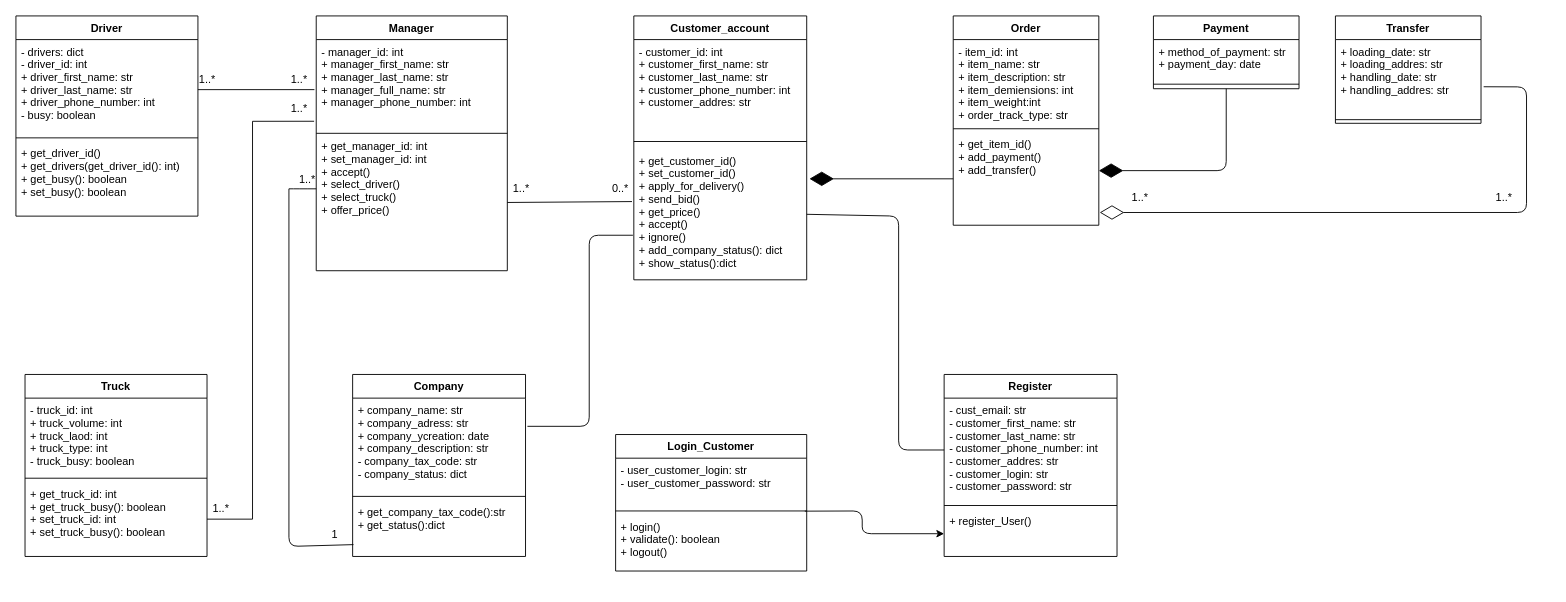
This is page "Page-1" (1 of 2) of d.drawio from Argam431/PYTHON3-2, a draw.io file, before an edit. Source tidied: cells renumbered, new cells numbered last; positions are measured from the earlier drawing's top-left corner, leaving out a move shared by most shapes. Both pictures are drawn from the tidied source at 91%, with x=0, y=0 at pixel (15, 15).
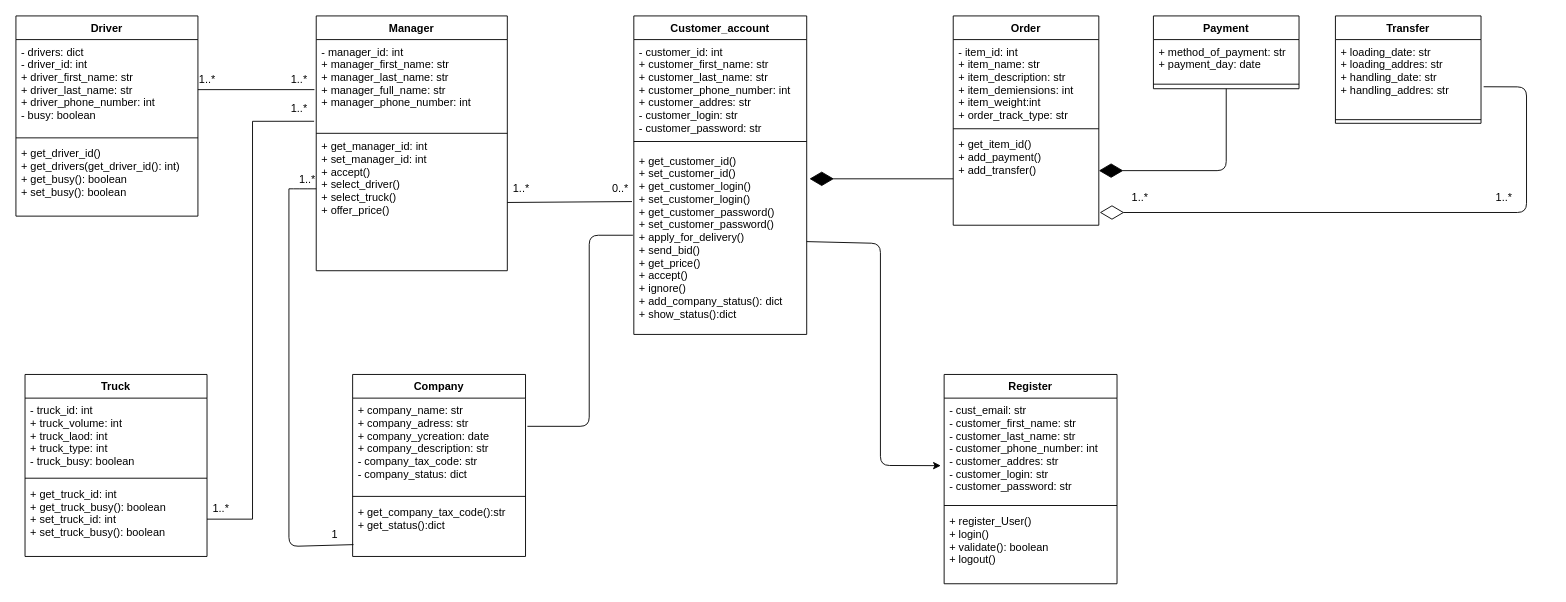
Above is the later version.

Unchanged cells that the change refers to:
```xml
<mxCell id="57" value="- cust_email: str&#10;- customer_first_name: str &#10;- customer_last_name: str&#10;- customer_phone_number: int&#10;- customer_addres: str&#10;- customer_login: str&#10;- customer_password: str&#10;" style="text;strokeColor=none;fillColor=none;align=left;verticalAlign=top;spacingLeft=4;spacingRight=4;overflow=hidden;points=[[0,0.5],[1,0.5]];portConstraint=eastwest;" parent="56" vertex="1">
  <mxGeometry y="26" width="190" height="114" as="geometry" />
</mxCell>
```

Change to the diagram source:
```diff
@@
     <mxCell id="6" value="Customer_account" style="swimlane;fontStyle=1;align=center;verticalAlign=top;horizontal=1;startSize=26;" parent="1" vertex="1">
-      <mxGeometry x="679" width="190" height="290" as="geometry" />
+      <mxGeometry x="679" width="190" height="350" as="geometry" />
     </mxCell>
-    <mxCell id="7" value="- customer_id: int&#10;+ customer_first_name: str &#10;+ customer_last_name: str&#10;+ customer_phone_number: int&#10;+ customer_addres: str&#10;" style="text;strokeColor=none;fillColor=none;align=left;verticalAlign=top;spacingLeft=4;spacingRight=4;overflow=hidden;" parent="6" vertex="1">
+    <mxCell id="7" value="- customer_id: int&#10;+ customer_first_name: str &#10;+ customer_last_name: str&#10;+ customer_phone_number: int&#10;+ customer_addres: str&#10;- customer_login: str&#10;- customer_password: str&#10;" style="text;strokeColor=none;fillColor=none;align=left;verticalAlign=top;spacingLeft=4;spacingRight=4;overflow=hidden;" parent="6" vertex="1">
       <mxGeometry y="26" width="190" height="104" as="geometry" />
     </mxCell>
@@
-    <mxCell id="9" value="+ get_customer_id()&#10;+ set_customer_id()&#10;+ apply_for_delivery()&#10;+ send_bid()&#10;+ get_price()&#10;+ accept()&#10;+ ignore()&#10;+ add_company_status(): dict&#10;+ show_status():dict&#10;&#10;&#10;" style="text;strokeColor=none;fillColor=none;align=left;verticalAlign=top;spacingLeft=4;spacingRight=4;overflow=hidden;points=[[0,0.5],[1,0.5]];portConstraint=eastwest;" parent="6" vertex="1">
-      <mxGeometry y="146" width="190" height="144" as="geometry" />
+    <mxCell id="9" value="+ get_customer_id()&#10;+ set_customer_id()&#10;+ get_customer_login()&#10;+ set_customer_login()&#10;+ get_customer_password()&#10;+ set_customer_password()&#10;+ apply_for_delivery()&#10;+ send_bid()&#10;+ get_price()&#10;+ accept()&#10;+ ignore()&#10;+ add_company_status(): dict&#10;+ show_status():dict&#10;&#10;&#10;" style="text;strokeColor=none;fillColor=none;align=left;verticalAlign=top;spacingLeft=4;spacingRight=4;overflow=hidden;points=[[0,0.5],[1,0.5]];portConstraint=eastwest;" parent="6" vertex="1">
+      <mxGeometry y="146" width="190" height="204" as="geometry" />
     </mxCell>
@@
-    <mxCell id="51" value="Login_Customer" style="swimlane;fontStyle=1;align=center;verticalAlign=top;horizontal=1;startSize=26;" parent="1" vertex="1">
-      <mxGeometry x="659" y="460" width="210" height="150" as="geometry" />
-    </mxCell>
-    <mxCell id="52" value="- user_customer_login: str&#10;- user_customer_password: str " style="text;strokeColor=none;fillColor=none;align=left;verticalAlign=top;spacingLeft=4;spacingRight=4;overflow=hidden;" parent="51" vertex="1">
-      <mxGeometry y="26" width="210" height="54" as="geometry" />
-    </mxCell>
-    <mxCell id="53" style="line;strokeWidth=1;fillColor=none;align=left;verticalAlign=middle;spacingTop=-1;spacingLeft=3;spacingRight=3;labelPosition=right;" parent="51" vertex="1">
-      <mxGeometry y="80" width="210" height="8" as="geometry" />
-    </mxCell>
-    <mxCell id="54" value="+ login()&#10;+ validate(): boolean&#10;+ logout()" style="text;strokeColor=none;fillColor=none;align=left;verticalAlign=top;spacingLeft=4;spacingRight=4;overflow=hidden;" parent="51" vertex="1">
-      <mxGeometry y="88" width="210" height="62" as="geometry" />
-    </mxCell>
-    <mxCell id="55" style="endArrow=classic;html=1;exitX=0.99;exitY=1.059;exitDx=0;exitDy=0;exitPerimeter=0;entryX=0;entryY=0.5;entryDx=0;entryDy=0;" parent="1" edge="1">
-      <mxGeometry relative="1" as="geometry">
-        <mxPoint x="866.9" y="544.2" as="sourcePoint" />
-        <mxPoint x="1020" y="569" as="targetPoint" />
-        <Array as="points">
-          <mxPoint x="930" y="544" />
-          <mxPoint x="930" y="569" />
-        </Array>
-      </mxGeometry>
-    </mxCell>
     <mxCell id="56" value="Register" style="swimlane;fontStyle=1;align=center;verticalAlign=top;horizontal=1;startSize=26;" parent="1" vertex="1">
-      <mxGeometry x="1020" y="394" width="190" height="200" as="geometry" />
+      <mxGeometry x="1020" y="394" width="190" height="230" as="geometry" />
     </mxCell>
@@
-    <mxCell id="59" value="+ register_User()&#10;" style="text;strokeColor=none;fillColor=none;align=left;verticalAlign=top;spacingLeft=4;spacingRight=4;overflow=hidden;" parent="56" vertex="1">
-      <mxGeometry y="148" width="190" height="52" as="geometry" />
+    <mxCell id="59" value="+ register_User()&#10;+ login()&#10;+ validate(): boolean&#10;+ logout()&#10;" style="text;strokeColor=none;fillColor=none;align=left;verticalAlign=top;spacingLeft=4;spacingRight=4;overflow=hidden;" parent="56" vertex="1">
+      <mxGeometry y="148" width="190" height="82" as="geometry" />
     </mxCell>
-    <mxCell id="60" style="endArrow=none;html=1;entryX=0;entryY=0.5;entryDx=0;entryDy=0;exitX=1;exitY=0.5;exitDx=0;exitDy=0;" parent="1" edge="1" source="9" target="57">
+    <mxCell id="60" style="endArrow=classic;html=1;entryX=-0.019;entryY=0.651;entryDx=0;entryDy=0;entryPerimeter=0;exitX=1;exitY=0.5;exitDx=0;exitDy=0;" parent="1" edge="1" source="9" target="57">
       <mxGeometry relative="1" as="geometry">
         <Array as="points">
-          <mxPoint x="970" y="220" />
-          <mxPoint x="970" y="477" />
+          <mxPoint x="950" y="250" />
+          <mxPoint x="950" y="494" />
         </Array>
       </mxGeometry>
     </mxCell>
```
